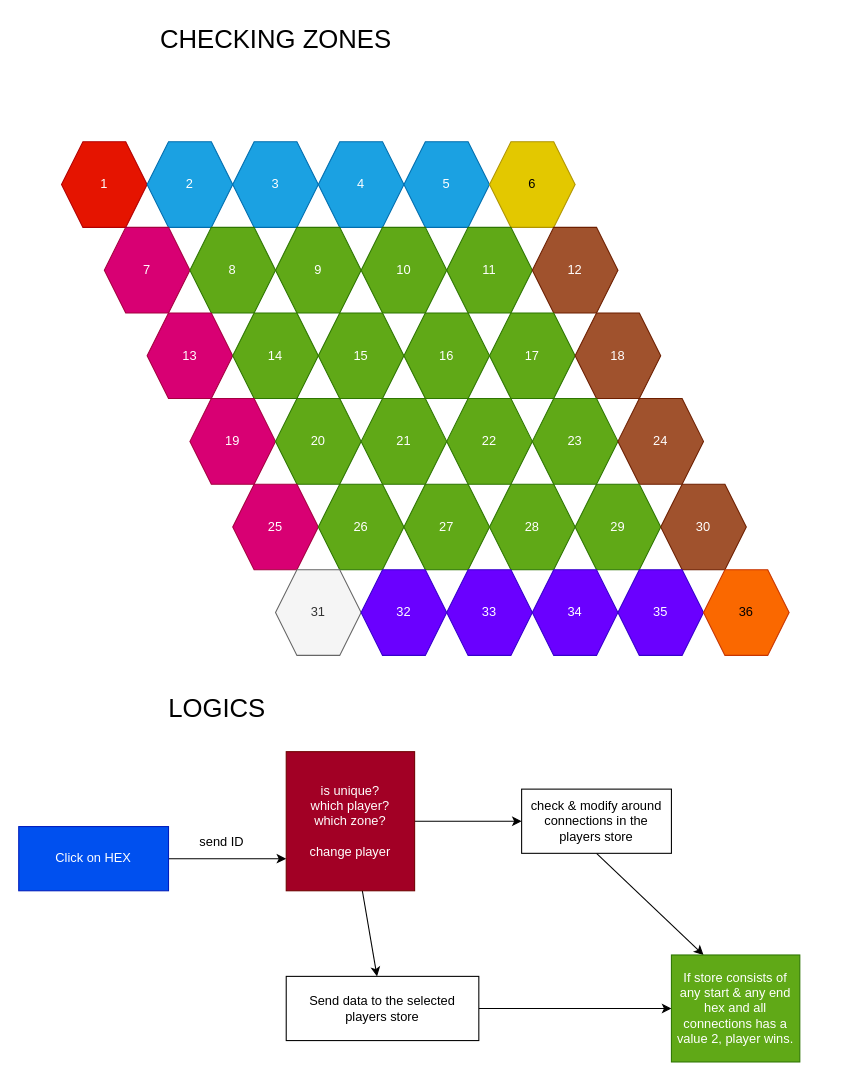
Before: schema.drawio in juandrepanther/task-3d-hex-game, a draw.io diagram. Source tidied: cells renumbered, new cells numbered last; positions are measured from the earlier drawing's top-left corner, leaving out a move shared by most shapes. Both pictures are drawn from the tidied source at 107%, with x=0, y=0 at pixel (18, 18).
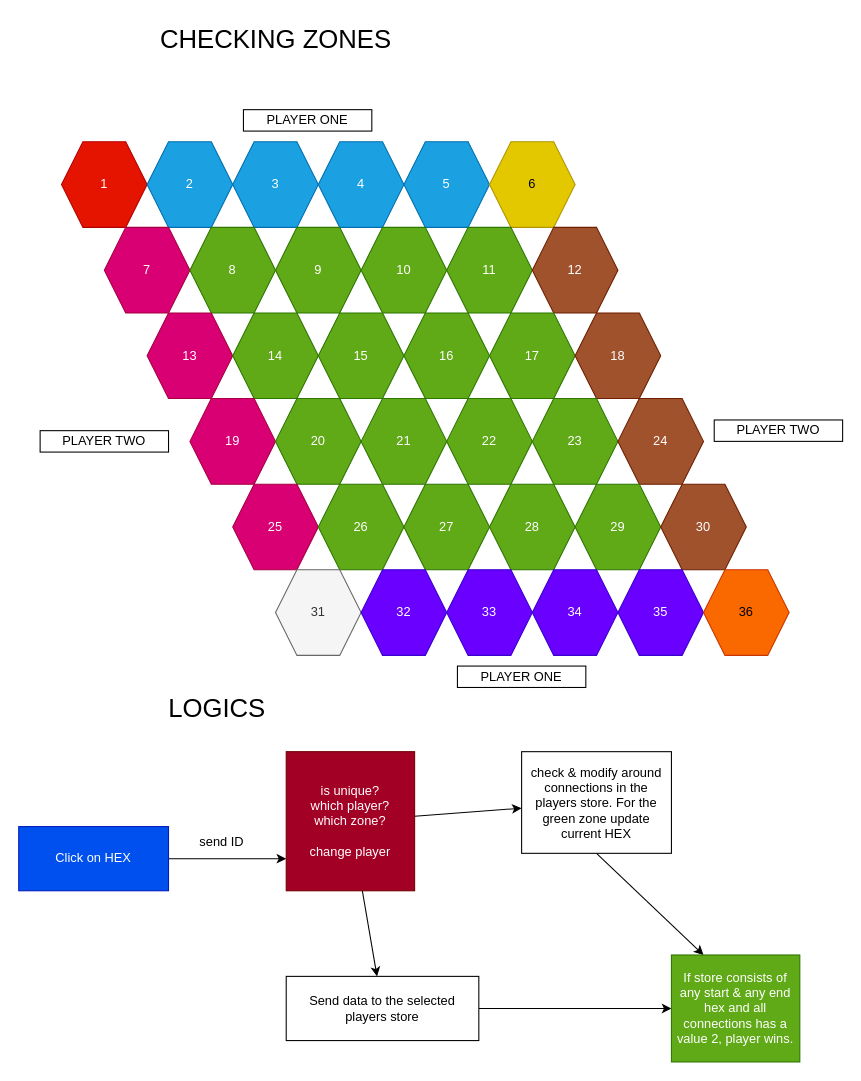
The same diagram, later.

The edit, as a diff of the source:
```diff
@@
-    <mxCell id="48" value="check &amp;amp; modify around connections in the players store" style="whiteSpace=wrap;html=1;rounded=0;" parent="1" vertex="1">
-      <mxGeometry x="470" y="720" width="140" height="60" as="geometry" />
+    <mxCell id="48" value="check &amp;amp; modify around connections in the players store. For the green zone update current HEX" style="whiteSpace=wrap;html=1;rounded=0;" parent="1" vertex="1">
+      <mxGeometry x="470" y="685" width="140" height="95" as="geometry" />
     </mxCell>
@@
+    <mxCell id="51" value="PLAYER ONE" style="rounded=0;whiteSpace=wrap;html=1;" parent="1" vertex="1">
+      <mxGeometry x="210" y="85" width="120" height="20" as="geometry" />
+    </mxCell>
+    <mxCell id="52" value="PLAYER TWO" style="rounded=0;whiteSpace=wrap;html=1;" parent="1" vertex="1">
+      <mxGeometry x="20" y="385" width="120" height="20" as="geometry" />
+    </mxCell>
+    <mxCell id="53" value="PLAYER ONE" style="rounded=0;whiteSpace=wrap;html=1;" parent="1" vertex="1">
+      <mxGeometry x="410" y="605" width="120" height="20" as="geometry" />
+    </mxCell>
+    <mxCell id="54" value="PLAYER TWO" style="rounded=0;whiteSpace=wrap;html=1;" parent="1" vertex="1">
+      <mxGeometry x="650" y="375" width="120" height="20" as="geometry" />
+    </mxCell>
```
